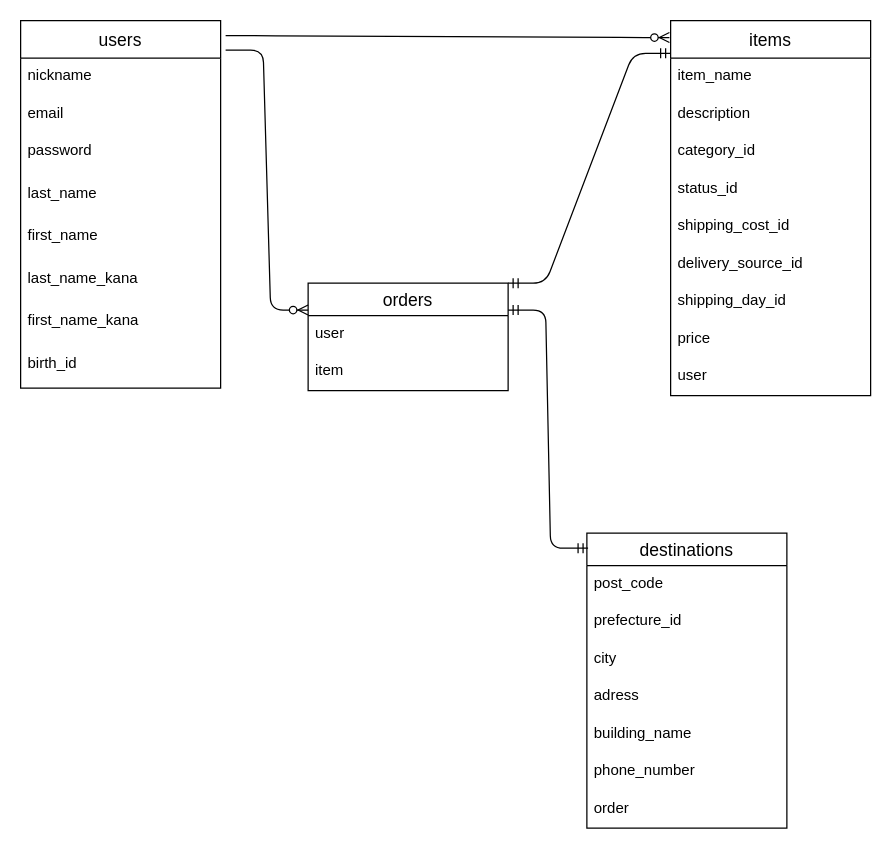
mikiyaaa/furima-33973 keeps this draw.io diagram as furima.dio. Above is the earlier version. Source tidied: cells renumbered, new cells numbered last; positions are measured from the earlier drawing's top-left corner, leaving out a move shared by most shapes. Both pictures are drawn from the tidied source at 125%, with x=0, y=0 at pixel (20, 20).
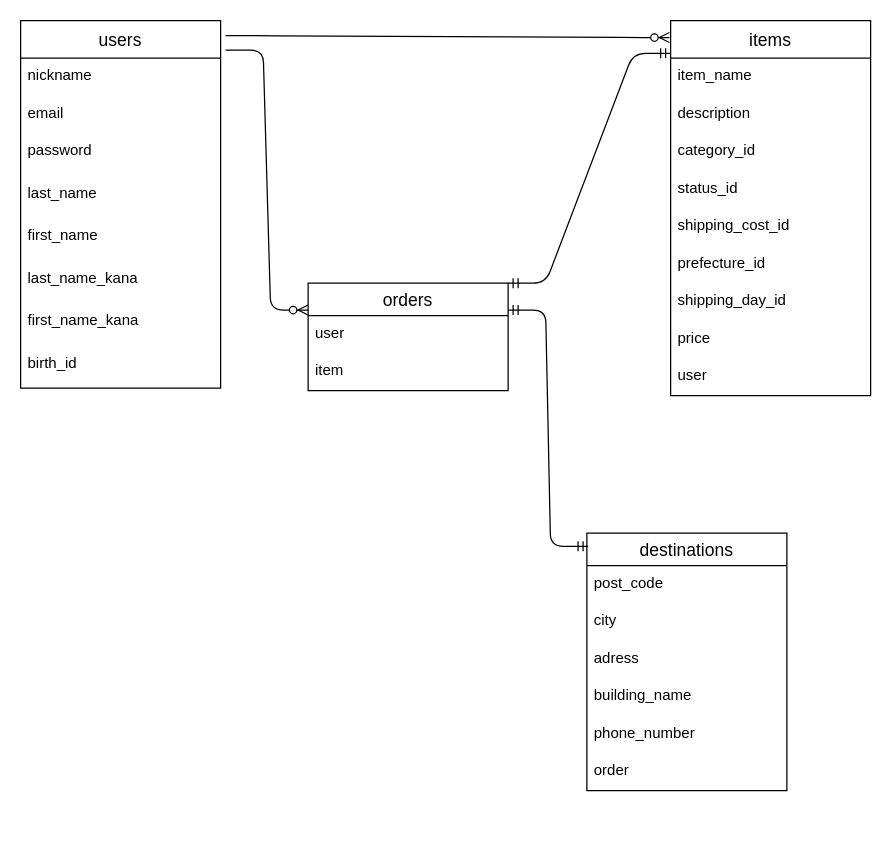
Above is the later version.

Commit message (it also covers changes not shown here):
データベース設計再修正

Unchanged cells that the change refers to:
```xml
<mxCell id="11" value="items" style="swimlane;fontStyle=0;horizontal=1;startSize=30;align=center;fontSize=14;" parent="1" vertex="1">
  <mxGeometry x="520" width="160" height="300" as="geometry" />
</mxCell>
```

The edit, as a diff of the source:
```diff
@@
-    <mxCell id="18" value="delivery_source_id" style="text;strokeColor=none;fillColor=none;spacingLeft=4;spacingRight=4;overflow=hidden;fontSize=12;" parent="11" vertex="1">
+    <mxCell id="18" value="prefecture_id" style="text;strokeColor=none;fillColor=none;spacingLeft=4;spacingRight=4;overflow=hidden;fontSize=12;" parent="11" vertex="1">
       <mxGeometry y="180" width="160" height="30" as="geometry" />
     </mxCell>
@@
     <mxCell id="22" value="destinations" style="swimlane;fontStyle=0;horizontal=1;startSize=26;align=center;fontSize=14;" parent="1" vertex="1">
-      <mxGeometry x="453" y="410" width="160" height="236" as="geometry" />
+      <mxGeometry x="453" y="410" width="160" height="206" as="geometry" />
     </mxCell>
@@
-    <mxCell id="24" value="prefecture_id" style="text;strokeColor=none;fillColor=none;spacingLeft=4;spacingRight=4;overflow=hidden;fontSize=12;" parent="22" vertex="1">
-      <mxGeometry y="56" width="160" height="30" as="geometry" />
-    </mxCell>
     <mxCell id="25" value="city" style="text;strokeColor=none;fillColor=none;spacingLeft=4;spacingRight=4;overflow=hidden;fontSize=12;" parent="22" vertex="1">
-      <mxGeometry y="86" width="160" height="30" as="geometry" />
+      <mxGeometry y="56" width="160" height="30" as="geometry" />
     </mxCell>
     <mxCell id="26" value="adress" style="text;strokeColor=none;fillColor=none;spacingLeft=4;spacingRight=4;overflow=hidden;fontSize=12;" parent="22" vertex="1">
-      <mxGeometry y="116" width="160" height="30" as="geometry" />
+      <mxGeometry y="86" width="160" height="30" as="geometry" />
     </mxCell>
     <mxCell id="27" value="building_name" style="text;strokeColor=none;fillColor=none;spacingLeft=4;spacingRight=4;overflow=hidden;fontSize=12;" parent="22" vertex="1">
-      <mxGeometry y="146" width="160" height="30" as="geometry" />
+      <mxGeometry y="116" width="160" height="30" as="geometry" />
     </mxCell>
     <mxCell id="28" value="phone_number" style="text;strokeColor=none;fillColor=none;spacingLeft=4;spacingRight=4;overflow=hidden;fontSize=12;" parent="22" vertex="1">
-      <mxGeometry y="176" width="160" height="30" as="geometry" />
+      <mxGeometry y="146" width="160" height="30" as="geometry" />
     </mxCell>
     <mxCell id="29" value="order" style="text;strokeColor=none;fillColor=none;spacingLeft=4;spacingRight=4;overflow=hidden;fontSize=12;" parent="22" vertex="1">
-      <mxGeometry y="206" width="160" height="30" as="geometry" />
+      <mxGeometry y="176" width="160" height="30" as="geometry" />
     </mxCell>
```
